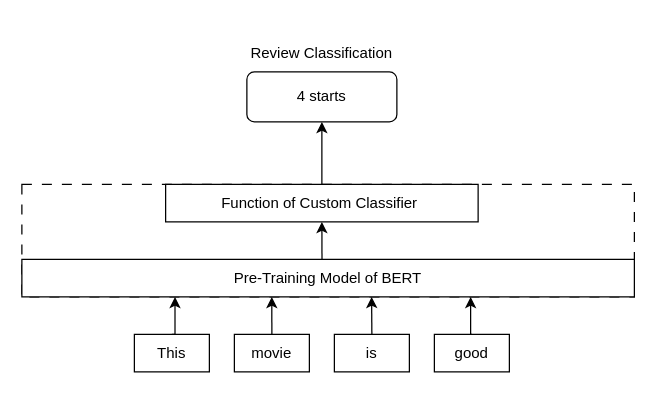
The draw.io diagram MachineLearningOnAWS/StarRating.drawio in developer-onizuka/Diagrams, before the edit. Source tidied: cells renumbered, new cells numbered last; positions are measured from the earlier drawing's top-left corner, leaving out a move shared by most shapes. Both pictures are drawn from the tidied source at 125%, with x=0, y=0 at pixel (21, 34).
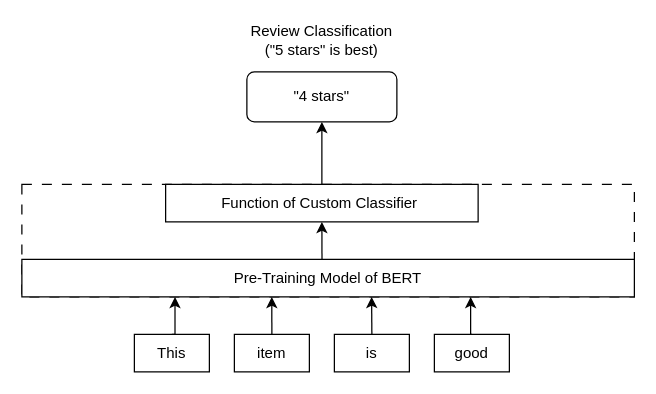
The same diagram, later.

The edit, as a diff of the source:
```diff
@@
 <mxGraphModel>
   <root>
     <mxCell id="0" />
     <mxCell id="1" parent="0" />
-    <mxCell id="2" value="4 starts" style="rounded=1;whiteSpace=wrap;html=1;" parent="1" vertex="1">
+    <mxCell id="2" value="&quot;4 stars&quot;" style="rounded=1;whiteSpace=wrap;html=1;" parent="1" vertex="1">
       <mxGeometry x="180" y="30" width="120" height="40" as="geometry" />
     </mxCell>
-    <mxCell id="3" value="Review Classification" style="text;html=1;strokeColor=none;fillColor=none;align=center;verticalAlign=middle;whiteSpace=wrap;rounded=0;" parent="1" vertex="1">
-      <mxGeometry x="170" width="140" height="30" as="geometry" />
+    <mxCell id="3" value="Review Classification&lt;br&gt;(&quot;5 stars&quot; is best)" style="text;html=1;strokeColor=none;fillColor=none;align=center;verticalAlign=middle;whiteSpace=wrap;rounded=0;" parent="1" vertex="1">
+      <mxGeometry x="170" y="-10" width="140" height="30" as="geometry" />
     </mxCell>
     <mxCell id="4" style="rounded=0;whiteSpace=wrap;html=1;dashed=1;dashPattern=8 8;" parent="1" vertex="1">
       <mxGeometry y="120" width="490" height="90" as="geometry" />
     </mxCell>
     <mxCell id="5" value="Pre-Training Model of BERT" style="rounded=0;whiteSpace=wrap;html=1;" parent="1" vertex="1">
       <mxGeometry y="180" width="490" height="30" as="geometry" />
     </mxCell>
     <mxCell id="6" style="edgeStyle=orthogonalEdgeStyle;rounded=0;jettySize=auto;html=1;exitX=0.5;exitY=0;exitDx=0;exitDy=0;entryX=0.5;entryY=1;entryDx=0;entryDy=0;" parent="1" edge="1" source="7" target="2">
       <mxGeometry relative="1" as="geometry" />
     </mxCell>
     <mxCell id="7" value="Function of Custom Classifier&amp;nbsp;" style="rounded=0;whiteSpace=wrap;html=1;" parent="1" vertex="1">
       <mxGeometry x="115" y="120" width="250" height="30" as="geometry" />
     </mxCell>
     <mxCell id="8" style="endArrow=classic;html=1;rounded=0;entryX=0.5;entryY=1;entryDx=0;entryDy=0;exitX=0.49;exitY=0;exitDx=0;exitDy=0;exitPerimeter=0;" parent="1" edge="1" source="5" target="7">
       <mxGeometry relative="1" as="geometry" />
     </mxCell>
     <mxCell id="9" style="edgeStyle=orthogonalEdgeStyle;rounded=0;jettySize=auto;html=1;exitX=0.5;exitY=0;exitDx=0;exitDy=0;entryX=0.25;entryY=1;entryDx=0;entryDy=0;" parent="1" edge="1" source="10" target="5">
       <mxGeometry relative="1" as="geometry" />
     </mxCell>
     <mxCell id="10" value="This" style="rounded=0;whiteSpace=wrap;html=1;" parent="1" vertex="1">
       <mxGeometry x="90" y="240" width="60" height="30" as="geometry" />
     </mxCell>
-    <mxCell id="11" value="movie" style="rounded=0;whiteSpace=wrap;html=1;" parent="1" vertex="1">
+    <mxCell id="11" value="item" style="rounded=0;whiteSpace=wrap;html=1;" parent="1" vertex="1">
       <mxGeometry x="170" y="240" width="60" height="30" as="geometry" />
     </mxCell>
     <mxCell id="12" value="is" style="rounded=0;whiteSpace=wrap;html=1;" parent="1" vertex="1">
       <mxGeometry x="250" y="240" width="60" height="30" as="geometry" />
     </mxCell>
     <mxCell id="13" value="good" style="rounded=0;whiteSpace=wrap;html=1;" parent="1" vertex="1">
       <mxGeometry x="330" y="240" width="60" height="30" as="geometry" />
     </mxCell>
     <mxCell id="14" style="edgeStyle=orthogonalEdgeStyle;rounded=0;jettySize=auto;html=1;exitX=0.5;exitY=0;exitDx=0;exitDy=0;entryX=0.408;entryY=1;entryDx=0;entryDy=0;entryPerimeter=0;" parent="1" edge="1" source="11" target="5">
       <mxGeometry relative="1" as="geometry" />
     </mxCell>
     <mxCell id="15" style="edgeStyle=orthogonalEdgeStyle;rounded=0;jettySize=auto;html=1;exitX=0.5;exitY=0;exitDx=0;exitDy=0;entryX=0.571;entryY=1;entryDx=0;entryDy=0;entryPerimeter=0;" parent="1" edge="1" source="12" target="5">
       <mxGeometry relative="1" as="geometry" />
     </mxCell>
     <mxCell id="16" style="edgeStyle=orthogonalEdgeStyle;rounded=0;jettySize=auto;html=1;exitX=0.5;exitY=0;exitDx=0;exitDy=0;" parent="1" edge="1" source="13">
       <mxGeometry relative="1" as="geometry">
         <mxPoint x="359" y="210" as="targetPoint" />
       </mxGeometry>
     </mxCell>
   </root>
 </mxGraphModel>
```
